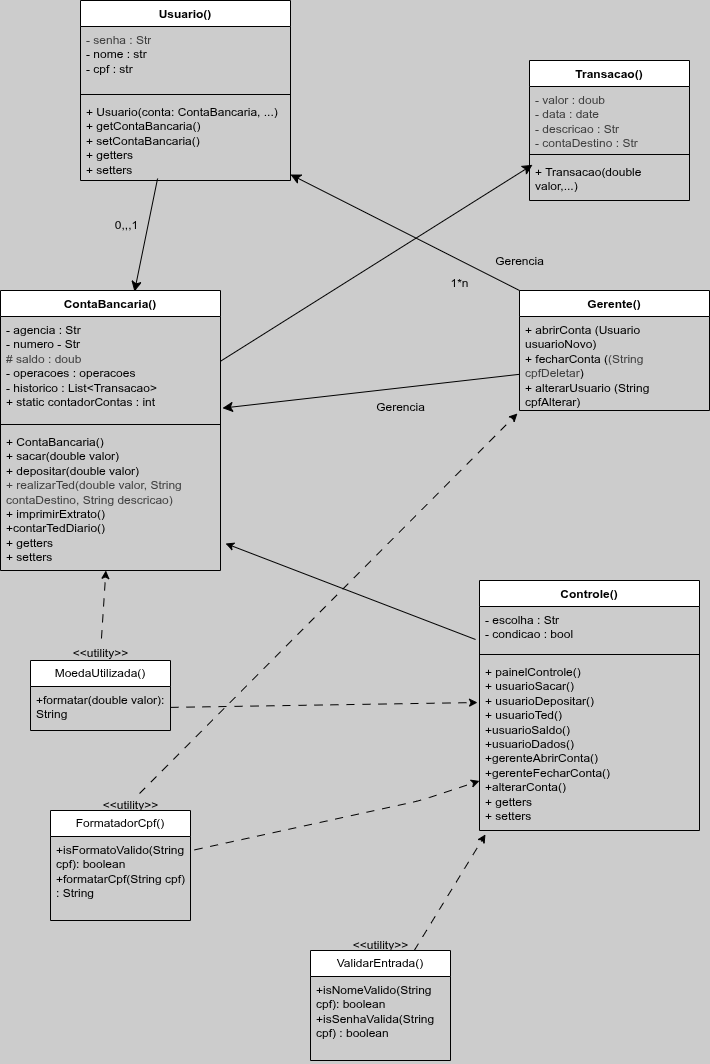
The draw.io diagram Diagramas/Diagrama de classes.drawio.png in soturnacrosta/sistemaBancario, before a commit. Source tidied: cells renumbered, new cells last; positions are measured from the earlier drawing's top-left corner, leaving out a move shared by most shapes.
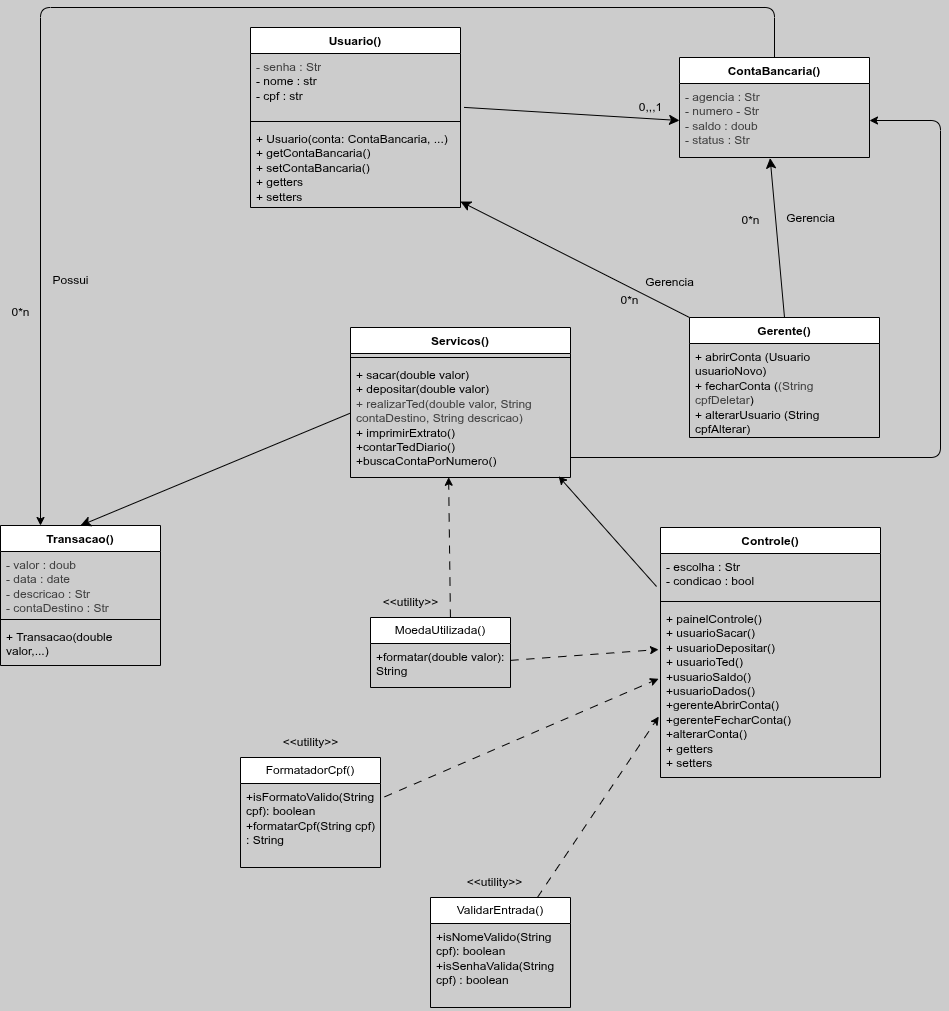
After the commit.

Commit message:
correcao de bugs || desenv. documentacao || diagram de classes || correcao script db

Diff of the diagram source:
```diff
@@ -2,24 +2,12 @@
   <root>
     <mxCell id="0" />
     <mxCell id="1" parent="0" />
-    <mxCell id="2" value="ContaBancaria()" style="swimlane;fontStyle=1;align=center;verticalAlign=top;horizontal=1;startSize=26;whiteSpace=wrap;html=1;labelBackgroundColor=none;" parent="1" vertex="1">
-      <mxGeometry y="290" width="220" height="280" as="geometry" />
-    </mxCell>
-    <mxCell id="3" value="&lt;div&gt;- agencia : Str&lt;/div&gt;&lt;div&gt;- numero - Str&lt;/div&gt;&lt;div&gt;&lt;span style=&quot;color: rgb(63, 63, 63); background-color: transparent;&quot;&gt;# saldo : doub&lt;/span&gt;&lt;/div&gt;&lt;div&gt;- operacoes : operacoes&lt;/div&gt;&lt;div&gt;    - historico : List&amp;lt;Transacao&amp;gt;&lt;br&gt;+ static contadorContas : int&lt;/div&gt;" style="text;strokeColor=none;fillColor=none;align=left;verticalAlign=top;spacingLeft=4;spacingRight=4;overflow=hidden;points=[[0,0.5],[1,0.5]];portConstraint=eastwest;whiteSpace=wrap;html=1;labelBackgroundColor=none;" parent="2" vertex="1">
-      <mxGeometry y="26" width="220" height="104" as="geometry" />
-    </mxCell>
-    <mxCell id="4" style="line;strokeWidth=1;fillColor=none;align=left;verticalAlign=middle;spacingTop=-1;spacingLeft=3;spacingRight=3;labelPosition=right;strokeColor=inherit;labelBackgroundColor=none;" parent="2" vertex="1">
-      <mxGeometry y="130" width="220" height="8" as="geometry" />
-    </mxCell>
-    <mxCell id="5" value="&lt;div&gt;+ ContaBancaria()&lt;br&gt;+ sacar(double valor)&lt;br&gt;    + depositar(double valor)&lt;br&gt;&lt;span style=&quot;color: rgb(63, 63, 63);&quot;&gt;+ realizarTed(double valor, String contaDestino, String descricao)&lt;/span&gt;&lt;/div&gt;&lt;div&gt;    + imprimirExtrato()&lt;/div&gt;&lt;div&gt;+contarTedDiario()&lt;/div&gt;&lt;div&gt;+ getters&amp;nbsp;&lt;/div&gt;&lt;div&gt;+ setters&lt;/div&gt;" style="text;strokeColor=none;fillColor=none;align=left;verticalAlign=top;spacingLeft=4;spacingRight=4;overflow=hidden;points=[[0,0.5],[1,0.5]];portConstraint=eastwest;whiteSpace=wrap;html=1;labelBackgroundColor=none;" parent="2" vertex="1">
-      <mxGeometry y="138" width="220" height="142" as="geometry" />
-    </mxCell>
-    <mxCell id="6" style="edgeStyle=none;curved=1;rounded=0;jettySize=auto;html=1;fontSize=12;startSize=8;endSize=8;exitX=0.367;exitY=0.976;exitDx=0;exitDy=0;exitPerimeter=0;labelBackgroundColor=none;entryX=0.609;entryY=0.004;entryDx=0;entryDy=0;entryPerimeter=0;" parent="1" edge="1" source="16" target="2">
+    <mxCell id="6" style="edgeStyle=none;curved=1;rounded=0;jettySize=auto;html=1;fontSize=12;startSize=8;endSize=8;labelBackgroundColor=none;entryX=0;entryY=0.5;entryDx=0;entryDy=0;exitX=1.017;exitY=0.842;exitDx=0;exitDy=0;exitPerimeter=0;" parent="1" edge="1" source="14" target="46">
       <mxGeometry relative="1" as="geometry" />
     </mxCell>
     <mxCell id="7" value="0,,,1" style="edgeLabel;html=1;align=center;verticalAlign=middle;fontSize=12;labelBackgroundColor=none;" parent="6" vertex="1">
       <mxGeometry x="-0.12" y="3" relative="1" as="geometry">
-        <mxPoint x="-24" y="-4" as="offset" />
+        <mxPoint x="91" y="-3" as="offset" />
       </mxGeometry>
     </mxCell>
     <mxCell id="8" value="Gerente()" style="swimlane;fontStyle=1;align=center;verticalAlign=top;horizontal=1;startSize=26;whiteSpace=wrap;html=1;labelBackgroundColor=none;" parent="1" vertex="1">
@@ -31,12 +19,12 @@
     <mxCell id="10" style="edgeStyle=none;curved=1;rounded=0;jettySize=auto;html=1;entryX=1;entryY=0.927;entryDx=0;entryDy=0;fontSize=12;startSize=8;endSize=8;labelBackgroundColor=none;entryPerimeter=0;exitX=0;exitY=0;exitDx=0;exitDy=0;" parent="1" edge="1" source="8" target="16">
       <mxGeometry relative="1" as="geometry" />
     </mxCell>
-    <mxCell id="11" style="edgeStyle=none;curved=1;rounded=0;jettySize=auto;html=1;fontSize=12;startSize=8;endSize=8;entryX=1.009;entryY=0.881;entryDx=0;entryDy=0;entryPerimeter=0;labelBackgroundColor=none;" parent="1" edge="1" source="9" target="3">
+    <mxCell id="11" style="edgeStyle=none;curved=1;rounded=0;jettySize=auto;html=1;fontSize=12;startSize=8;endSize=8;entryX=0.477;entryY=1.008;entryDx=0;entryDy=0;labelBackgroundColor=none;exitX=0.5;exitY=0;exitDx=0;exitDy=0;entryPerimeter=0;" parent="1" edge="1" source="8" target="46">
       <mxGeometry relative="1" as="geometry" />
     </mxCell>
     <mxCell id="12" value="Gerencia" style="edgeLabel;html=1;align=center;verticalAlign=middle;fontSize=12;labelBackgroundColor=none;" parent="11" vertex="1">
       <mxGeometry x="-0.03" y="-2" relative="1" as="geometry">
-        <mxPoint x="145" y="-128" as="offset" />
+        <mxPoint x="31" y="-22" as="offset" />
       </mxGeometry>
     </mxCell>
     <mxCell id="13" value="Usuario()" style="swimlane;fontStyle=1;align=center;verticalAlign=top;horizontal=1;startSize=26;whiteSpace=wrap;html=1;labelBackgroundColor=none;" parent="1" vertex="1">
@@ -52,7 +40,7 @@
       <mxGeometry y="98" width="210" height="82" as="geometry" />
     </mxCell>
     <mxCell id="17" value="Controle()" style="swimlane;fontStyle=1;align=center;verticalAlign=top;horizontal=1;startSize=26;whiteSpace=wrap;html=1;labelBackgroundColor=none;" parent="1" vertex="1">
-      <mxGeometry x="479" y="580" width="220" height="250" as="geometry" />
+      <mxGeometry x="490" y="500" width="220" height="250" as="geometry" />
     </mxCell>
     <mxCell id="18" value="&lt;div&gt;- escolha : Str&lt;/div&gt;&lt;div&gt;- condicao : bool&lt;/div&gt;&lt;div&gt;&lt;br&gt;&lt;/div&gt;" style="text;strokeColor=none;fillColor=none;align=left;verticalAlign=top;spacingLeft=4;spacingRight=4;overflow=hidden;points=[[0,0.5],[1,0.5]];portConstraint=eastwest;whiteSpace=wrap;html=1;labelBackgroundColor=none;" parent="17" vertex="1">
       <mxGeometry y="26" width="220" height="44" as="geometry" />
@@ -63,11 +51,11 @@
     <mxCell id="20" value="&lt;div&gt;+ painelControle()&lt;br&gt;    + usuarioSacar()&lt;/div&gt;&lt;div&gt;    + usuarioDepositar()&lt;/div&gt;&lt;div&gt;+ usuarioTed()&lt;/div&gt;&lt;div&gt;+usuarioSaldo()&lt;/div&gt;&lt;div&gt;+usuarioDados()&lt;/div&gt;&lt;div&gt;+gerenteAbrirConta()&lt;br&gt;+gerenteFecharConta()&lt;/div&gt;&lt;div&gt;+alterarConta()&lt;/div&gt;&lt;div&gt;+ getters&amp;nbsp;&lt;/div&gt;&lt;div&gt;+ setters&lt;/div&gt;" style="text;strokeColor=none;fillColor=none;align=left;verticalAlign=top;spacingLeft=4;spacingRight=4;overflow=hidden;points=[[0,0.5],[1,0.5]];portConstraint=eastwest;whiteSpace=wrap;html=1;labelBackgroundColor=none;" parent="17" vertex="1">
       <mxGeometry y="78" width="220" height="172" as="geometry" />
     </mxCell>
-    <mxCell id="21" style="edgeStyle=none;html=1;exitX=-0.018;exitY=0.75;exitDx=0;exitDy=0;exitPerimeter=0;labelBackgroundColor=none;entryX=1.023;entryY=0.81;entryDx=0;entryDy=0;entryPerimeter=0;" parent="1" edge="1" source="18" target="5">
+    <mxCell id="21" style="edgeStyle=none;html=1;exitX=-0.018;exitY=0.75;exitDx=0;exitDy=0;exitPerimeter=0;labelBackgroundColor=none;entryX=0.946;entryY=0.99;entryDx=0;entryDy=0;entryPerimeter=0;" parent="1" edge="1" source="18" target="45">
       <mxGeometry relative="1" as="geometry" />
     </mxCell>
     <mxCell id="22" value="&lt;span style=&quot;color: rgb(0, 0, 0);&quot;&gt;Transacao()&lt;/span&gt;" style="swimlane;fontStyle=1;align=center;verticalAlign=top;horizontal=1;startSize=26;whiteSpace=wrap;html=1;labelBackgroundColor=none;" parent="1" vertex="1">
-      <mxGeometry x="529" y="60" width="160" height="140" as="geometry" />
+      <mxGeometry x="-170" y="498" width="160" height="140" as="geometry" />
     </mxCell>
     <mxCell id="23" value="&lt;div style=&quot;color: rgb(63, 63, 63); scrollbar-color: rgb(226, 226, 226) rgb(251, 251, 251);&quot;&gt;- valor : doub&lt;/div&gt;&lt;div style=&quot;color: rgb(63, 63, 63); scrollbar-color: rgb(226, 226, 226) rgb(251, 251, 251);&quot;&gt;- data : date&lt;/div&gt;&lt;div style=&quot;color: rgb(63, 63, 63); scrollbar-color: rgb(226, 226, 226) rgb(251, 251, 251);&quot;&gt;- descricao : Str&lt;/div&gt;&lt;div style=&quot;color: rgb(63, 63, 63); scrollbar-color: rgb(226, 226, 226) rgb(251, 251, 251);&quot;&gt;- contaDestino : Str&lt;/div&gt;&lt;div style=&quot;color: rgb(63, 63, 63); scrollbar-color: rgb(226, 226, 226) rgb(251, 251, 251);&quot;&gt;&lt;br&gt;&lt;/div&gt;" style="text;strokeColor=none;fillColor=none;align=left;verticalAlign=top;spacingLeft=4;spacingRight=4;overflow=hidden;whiteSpace=wrap;html=1;labelBackgroundColor=none;" parent="22" vertex="1">
       <mxGeometry y="26" width="160" height="64" as="geometry" />
@@ -78,22 +66,22 @@
     <mxCell id="25" value="+ Transacao(double valor,...)&lt;div&gt;&lt;br&gt;&lt;/div&gt;" style="text;strokeColor=none;fillColor=none;align=left;verticalAlign=top;spacingLeft=4;spacingRight=4;overflow=hidden;points=[[0,0.5],[1,0.5]];portConstraint=eastwest;whiteSpace=wrap;html=1;labelBackgroundColor=none;" parent="22" vertex="1">
       <mxGeometry y="98" width="160" height="42" as="geometry" />
     </mxCell>
-    <mxCell id="26" style="edgeStyle=none;curved=1;rounded=0;jettySize=auto;html=1;entryX=0.019;entryY=0.15;entryDx=0;entryDy=0;entryPerimeter=0;fontSize=12;startSize=8;endSize=8;labelBackgroundColor=none;" parent="1" edge="1" source="2" target="25">
+    <mxCell id="26" style="edgeStyle=none;curved=1;rounded=0;jettySize=auto;html=1;entryX=0.5;entryY=0;entryDx=0;entryDy=0;fontSize=12;startSize=8;endSize=8;labelBackgroundColor=none;exitX=-0.003;exitY=0.447;exitDx=0;exitDy=0;exitPerimeter=0;" parent="1" edge="1" source="45" target="22">
       <mxGeometry relative="1" as="geometry" />
     </mxCell>
     <mxCell id="27" value="Gerencia" style="edgeLabel;html=1;align=center;verticalAlign=middle;fontSize=12;labelBackgroundColor=none;" parent="1" vertex="1">
-      <mxGeometry x="410" y="420" as="geometry">
+      <mxGeometry x="509" y="268" as="geometry">
         <mxPoint x="-10" y="-14" as="offset" />
       </mxGeometry>
     </mxCell>
-    <mxCell id="28" value="1*n&lt;div&gt;&lt;br&gt;&lt;/div&gt;" style="text;html=1;align=center;verticalAlign=middle;strokeColor=none;fillColor=none;" parent="1" vertex="1">
-      <mxGeometry x="439" y="270" width="40" height="40" as="geometry" />
+    <mxCell id="28" value="0*n&lt;div&gt;&lt;br&gt;&lt;/div&gt;" style="text;html=1;align=center;verticalAlign=middle;strokeColor=none;fillColor=none;" parent="1" vertex="1">
+      <mxGeometry x="439" y="260" width="40" height="40" as="geometry" />
     </mxCell>
-    <mxCell id="29" style="edgeStyle=none;html=1;dashed=1;dashPattern=8 8;" parent="1" edge="1" source="33" target="5">
+    <mxCell id="29" style="edgeStyle=none;html=1;dashed=1;dashPattern=8 8;entryX=0.446;entryY=0.998;entryDx=0;entryDy=0;entryPerimeter=0;exitX=0.571;exitY=0;exitDx=0;exitDy=0;exitPerimeter=0;" parent="1" edge="1" source="30" target="45">
       <mxGeometry relative="1" as="geometry" />
     </mxCell>
     <mxCell id="30" value="MoedaUtilizada()" style="swimlane;fontStyle=0;horizontal=1;startSize=26;whiteSpace=wrap;html=1;" parent="1" vertex="1">
-      <mxGeometry x="30" y="660" width="140" height="70" as="geometry" />
+      <mxGeometry x="200" y="590" width="140" height="70" as="geometry" />
     </mxCell>
     <mxCell id="31" value="+formatar(double valor): String" style="text;strokeColor=none;fillColor=none;align=left;verticalAlign=top;spacingLeft=4;spacingRight=4;overflow=hidden;points=[[0,0.5],[1,0.5]];portConstraint=eastwest;whiteSpace=wrap;html=1;" parent="30" vertex="1">
       <mxGeometry y="26" width="140" height="44" as="geometry" />
@@ -102,38 +90,71 @@
       <mxGeometry relative="1" as="geometry" />
     </mxCell>
     <mxCell id="33" value="&amp;lt;&amp;lt;utility&amp;gt;&amp;gt;" style="text;html=1;align=center;verticalAlign=middle;points=[];strokeColor=none;fillColor=none;" parent="1" vertex="1">
-      <mxGeometry x="60" y="638" width="80" height="30" as="geometry" />
+      <mxGeometry x="200" y="560" width="80" height="30" as="geometry" />
     </mxCell>
     <mxCell id="34" value="FormatadorCpf()" style="swimlane;fontStyle=0;horizontal=1;startSize=26;whiteSpace=wrap;html=1;" parent="1" vertex="1">
-      <mxGeometry x="50" y="810" width="140" height="110" as="geometry" />
+      <mxGeometry x="70" y="730" width="140" height="110" as="geometry" />
     </mxCell>
     <mxCell id="35" value="+isFormatoValido(String cpf): boolean&lt;div&gt;+formatarCpf(String cpf) : String&lt;/div&gt;" style="text;strokeColor=none;fillColor=none;align=left;verticalAlign=top;spacingLeft=4;spacingRight=4;overflow=hidden;points=[[0,0.5],[1,0.5]];portConstraint=eastwest;whiteSpace=wrap;html=1;" parent="34" vertex="1">
       <mxGeometry y="26" width="140" height="84" as="geometry" />
     </mxCell>
-    <mxCell id="36" style="edgeStyle=none;html=1;dashed=1;dashPattern=8 8;exitX=1.029;exitY=0.159;exitDx=0;exitDy=0;exitPerimeter=0;" parent="1" edge="1" source="35" target="20">
-      <mxGeometry relative="1" as="geometry">
-        <Array as="points">
-          <mxPoint x="420" y="800" />
-        </Array>
-      </mxGeometry>
+    <mxCell id="36" style="html=1;dashed=1;dashPattern=8 8;exitX=1.029;exitY=0.159;exitDx=0;exitDy=0;exitPerimeter=0;entryX=-0.009;entryY=0.426;entryDx=0;entryDy=0;entryPerimeter=0;" parent="1" edge="1" source="35" target="20">
+      <mxGeometry relative="1" as="geometry" />
     </mxCell>
     <mxCell id="37" value="&amp;lt;&amp;lt;utility&amp;gt;&amp;gt;" style="text;html=1;align=center;verticalAlign=middle;points=[];strokeColor=none;fillColor=none;" parent="1" vertex="1">
-      <mxGeometry x="90" y="790" width="80" height="30" as="geometry" />
+      <mxGeometry x="100" y="700" width="80" height="30" as="geometry" />
     </mxCell>
-    <mxCell id="38" style="edgeStyle=none;html=1;entryX=-0.011;entryY=1.032;entryDx=0;entryDy=0;entryPerimeter=0;dashed=1;dashPattern=8 8;exitX=0.613;exitY=0.1;exitDx=0;exitDy=0;exitPerimeter=0;" parent="1" edge="1" source="37" target="9">
-      <mxGeometry relative="1" as="geometry" />
-    </mxCell>
     <mxCell id="39" value="ValidarEntrada()" style="swimlane;fontStyle=0;horizontal=1;startSize=26;whiteSpace=wrap;html=1;" parent="1" vertex="1">
-      <mxGeometry x="310" y="950" width="140" height="110" as="geometry" />
+      <mxGeometry x="260" y="870" width="140" height="110" as="geometry" />
     </mxCell>
     <mxCell id="40" value="+isNomeValido(String cpf): boolean&lt;div&gt;+isSenhaValida(String cpf) : boolean&lt;/div&gt;&lt;div&gt;&lt;br&gt;&lt;/div&gt;" style="text;strokeColor=none;fillColor=none;align=left;verticalAlign=top;spacingLeft=4;spacingRight=4;overflow=hidden;whiteSpace=wrap;html=1;" parent="39" vertex="1">
       <mxGeometry y="26" width="140" height="84" as="geometry" />
     </mxCell>
-    <mxCell id="41" style="edgeStyle=none;html=1;entryX=0.027;entryY=1.023;entryDx=0;entryDy=0;entryPerimeter=0;dashed=1;dashPattern=8 8;" parent="1" edge="1" source="39" target="20">
+    <mxCell id="41" style="edgeStyle=none;html=1;entryX=-0.008;entryY=0.646;entryDx=0;entryDy=0;entryPerimeter=0;dashed=1;dashPattern=8 8;" parent="1" edge="1" source="39" target="20">
       <mxGeometry relative="1" as="geometry" />
     </mxCell>
     <mxCell id="42" value="&amp;lt;&amp;lt;utility&amp;gt;&amp;gt;" style="text;html=1;align=center;verticalAlign=middle;strokeColor=none;fillColor=none;" parent="1" vertex="1">
-      <mxGeometry x="340" y="930" width="80" height="30" as="geometry" />
+      <mxGeometry x="284" y="840" width="80" height="30" as="geometry" />
     </mxCell>
+    <mxCell id="43" value="Servicos()" style="swimlane;fontStyle=1;align=center;verticalAlign=top;horizontal=1;startSize=26;whiteSpace=wrap;html=1;labelBackgroundColor=none;" parent="1" vertex="1">
+      <mxGeometry x="180" y="300" width="220" height="150" as="geometry" />
+    </mxCell>
+    <mxCell id="44" style="line;strokeWidth=1;fillColor=none;align=left;verticalAlign=middle;spacingTop=-1;spacingLeft=3;spacingRight=3;labelPosition=right;strokeColor=inherit;labelBackgroundColor=none;" parent="43" vertex="1">
+      <mxGeometry y="26" width="220" height="8" as="geometry" />
+    </mxCell>
+    <mxCell id="45" value="&lt;div&gt;+ sacar(double valor)&lt;br&gt;    + depositar(double valor)&lt;br&gt;&lt;span style=&quot;color: rgb(63, 63, 63);&quot;&gt;+ realizarTed(double valor, String contaDestino, String descricao)&lt;/span&gt;&lt;/div&gt;&lt;div&gt;    + imprimirExtrato()&lt;/div&gt;&lt;div&gt;+contarTedDiario()&lt;/div&gt;&lt;div&gt;+buscaContaPorNumero()&lt;/div&gt;&lt;div&gt;&lt;br&gt;&lt;/div&gt;" style="text;strokeColor=none;fillColor=none;align=left;verticalAlign=top;spacingLeft=4;spacingRight=4;overflow=hidden;points=[[0,0.5],[1,0.5]];portConstraint=eastwest;whiteSpace=wrap;html=1;labelBackgroundColor=none;" parent="43" vertex="1">
+      <mxGeometry y="34" width="220" height="116" as="geometry" />
+    </mxCell>
+    <mxCell id="2" value="ContaBancaria()" style="swimlane;fontStyle=1;align=center;verticalAlign=top;horizontal=1;startSize=26;whiteSpace=wrap;html=1;labelBackgroundColor=none;" parent="1" vertex="1">
+      <mxGeometry x="509" y="30" width="190" height="100" as="geometry" />
+    </mxCell>
+    <mxCell id="46" value="&lt;div style=&quot;color: rgb(63, 63, 63); scrollbar-color: rgb(226, 226, 226) rgb(251, 251, 251);&quot;&gt;- agencia : Str&lt;/div&gt;&lt;div style=&quot;color: rgb(63, 63, 63); scrollbar-color: rgb(226, 226, 226) rgb(251, 251, 251);&quot;&gt;- numero - Str&lt;/div&gt;&lt;div style=&quot;color: rgb(63, 63, 63); scrollbar-color: rgb(226, 226, 226) rgb(251, 251, 251);&quot;&gt;&lt;span style=&quot;scrollbar-color: rgb(226, 226, 226) rgb(251, 251, 251); background-color: transparent; color: rgb(63, 63, 63);&quot;&gt;- saldo : doub&lt;/span&gt;&lt;/div&gt;&lt;div style=&quot;color: rgb(63, 63, 63); scrollbar-color: rgb(226, 226, 226) rgb(251, 251, 251);&quot;&gt;- status : Str&lt;/div&gt;" style="text;strokeColor=none;fillColor=none;align=left;verticalAlign=top;spacingLeft=4;spacingRight=4;overflow=hidden;points=[[0,0.5],[1,0.5]];portConstraint=eastwest;whiteSpace=wrap;html=1;labelBackgroundColor=none;" parent="2" vertex="1">
+      <mxGeometry y="26" width="190" height="74" as="geometry" />
+    </mxCell>
+    <mxCell id="47" value="0*n&lt;div&gt;&lt;br&gt;&lt;/div&gt;" style="text;html=1;align=center;verticalAlign=middle;strokeColor=none;fillColor=none;" parent="1" vertex="1">
+      <mxGeometry x="560" y="180" width="40" height="40" as="geometry" />
+    </mxCell>
+    <mxCell id="48" style="edgeStyle=orthogonalEdgeStyle;html=1;entryX=0.25;entryY=0;entryDx=0;entryDy=0;exitX=0.5;exitY=0;exitDx=0;exitDy=0;" parent="1" edge="1" source="2" target="22">
+      <mxGeometry relative="1" as="geometry">
+        <Array as="points">
+          <mxPoint x="604" y="-20" />
+          <mxPoint x="-130" y="-20" />
+        </Array>
+      </mxGeometry>
+    </mxCell>
+    <mxCell id="49" style="edgeStyle=orthogonalEdgeStyle;html=1;entryX=1;entryY=0.5;entryDx=0;entryDy=0;" parent="1" edge="1" source="45" target="46">
+      <mxGeometry relative="1" as="geometry">
+        <Array as="points">
+          <mxPoint x="770" y="430" />
+          <mxPoint x="770" y="93" />
+        </Array>
+      </mxGeometry>
+    </mxCell>
+    <mxCell id="50" value="0*n" style="text;html=1;align=center;verticalAlign=middle;strokeColor=none;fillColor=none;" parent="1" vertex="1">
+      <mxGeometry x="-170" y="270" width="40" height="30" as="geometry" />
+    </mxCell>
+    <mxCell id="51" value="Possui" style="text;html=1;align=center;verticalAlign=middle;strokeColor=none;fillColor=none;" parent="1" vertex="1">
+      <mxGeometry x="-130" y="238" width="60" height="30" as="geometry" />
+    </mxCell>
   </root>
 </mxGraphModel>
```
